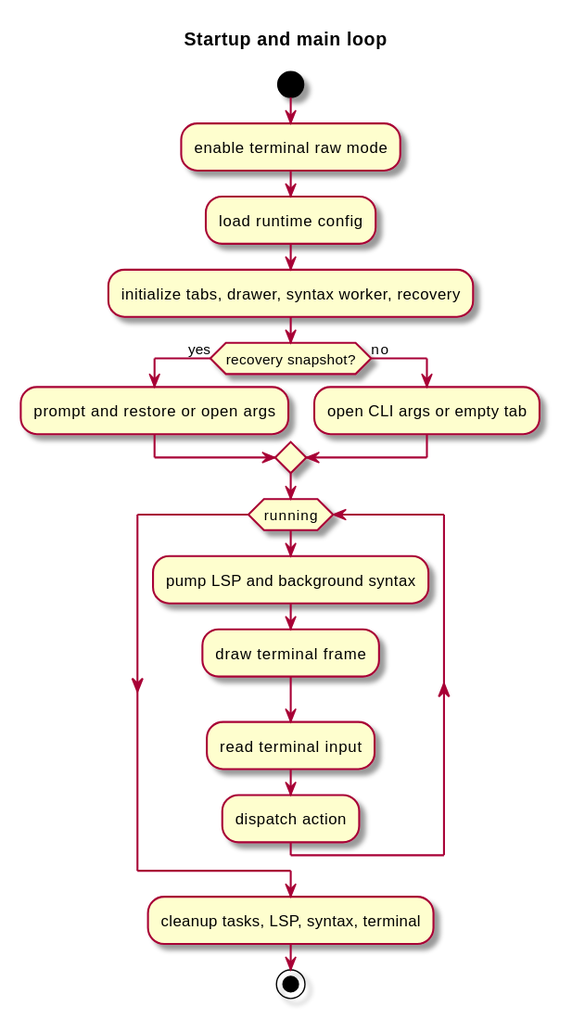
Earlier version of the PlantUML export docs/diagrams/svg/startup-loop.svg (kokkoniemi/rotide). Its source is kept beside it as docs/diagrams/src/startup-loop.puml.
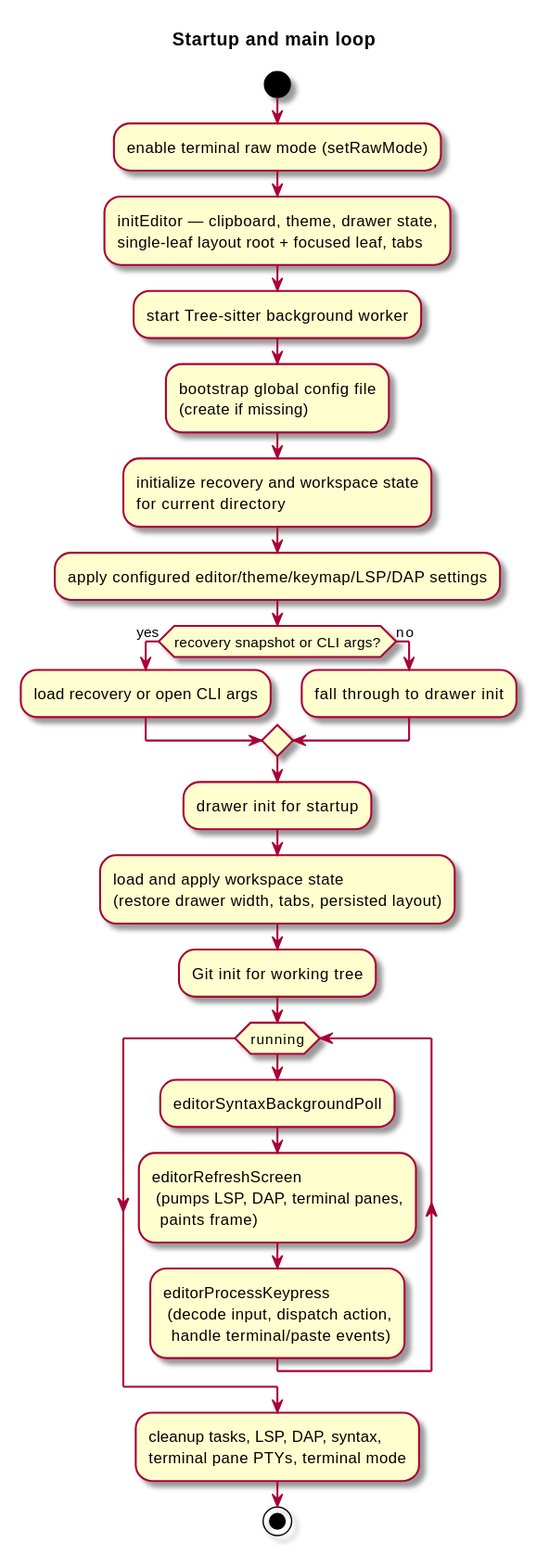
Above is the later version.

The edit, as a diff of the source:
```diff
@@ -4,21 +4,35 @@
 title Startup and main loop
 
 start
-:enable terminal raw mode;
-:load runtime config;
-:initialize tabs, drawer, syntax worker, recovery;
-if (recovery snapshot?) then (yes)
-	:prompt and restore or open args;
+:enable terminal raw mode (setRawMode);
+:initEditor — clipboard, theme, drawer state,
+single-leaf layout root + focused leaf, tabs;
+:start Tree-sitter background worker;
+:bootstrap global config file
+(create if missing);
+:initialize recovery and workspace state
+for current directory;
+:apply configured editor/theme/keymap/LSP/DAP settings;
+if (recovery snapshot or CLI args?) then (yes)
+	:load recovery or open CLI args;
 else (no)
-	:open CLI args or empty tab;
+	:fall through to drawer init;
 endif
+:drawer init for startup;
+:load and apply workspace state
+(restore drawer width, tabs, persisted layout);
+:Git init for working tree;
 while (running)
-	:pump LSP and background syntax;
-	:draw terminal frame;
-	:read terminal input;
-	:dispatch action;
+	:editorSyntaxBackgroundPoll;
+	:editorRefreshScreen
+	 (pumps LSP, DAP, terminal panes,
+	  paints frame);
+	:editorProcessKeypress
+	 (decode input, dispatch action,
+	  handle terminal/paste events);
 endwhile
-:cleanup tasks, LSP, syntax, terminal;
+:cleanup tasks, LSP, DAP, syntax,
+terminal pane PTYs, terminal mode;
 stop
 
 @enduml
```
